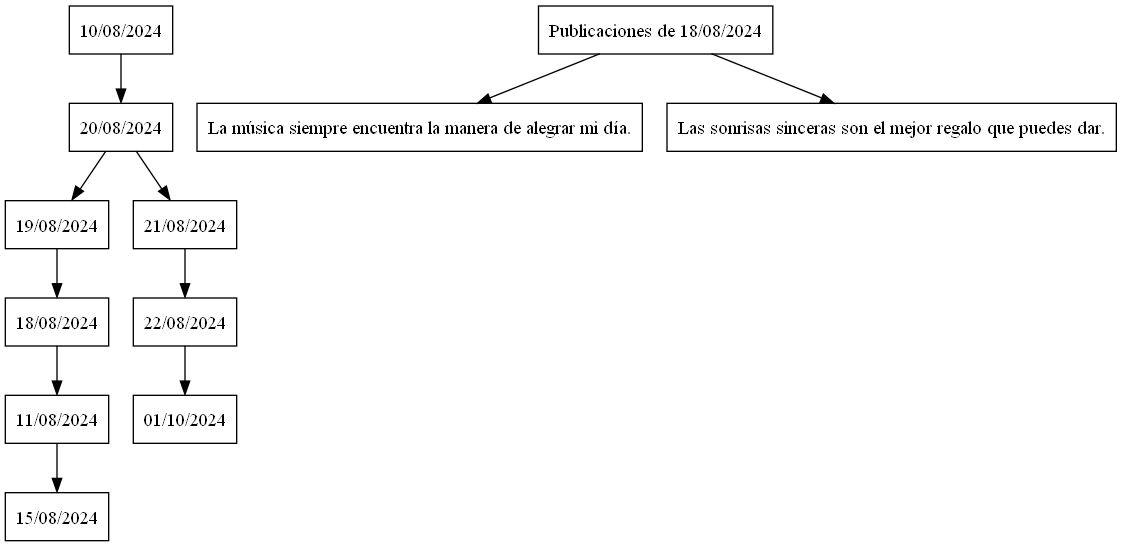
MReyes09/-EDD-Proyectos_202202233 keeps this Graphviz diagram as Proyecto_Fase2/report/abbDate.png. Above is the earlier version. Its source is kept beside it as Proyecto_Fase2/report/abbDate.dot.
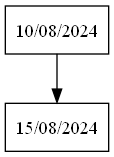
The same diagram one commit later.

What changed in the source:
```diff
@@ -2,25 +2,6 @@
 node [shape=record];
 rankdir=TB;
 node_20240810 [label="{10/08/2024}"];
-node_20240810 -> node_20240820;
-node_20240820 [label="{20/08/2024}"];
-node_20240820 -> node_20240819;
-node_20240820 -> node_20240821;
-node_20240819 [label="{19/08/2024}"];
-node_20240819 -> node_20240818;
-node_20240818 [label="{18/08/2024}"];
-node_20240818 -> node_20240811;
-node_20240811 [label="{11/08/2024}"];
-node_20240811 -> node_20240815;
+node_20240810 -> node_20240815;
 node_20240815 [label="{15/08/2024}"];
-node_20240821 [label="{21/08/2024}"];
-node_20240821 -> node_20240822;
-node_20240822 [label="{22/08/2024}"];
-node_20240822 -> node_20241001;
-node_20241001 [label="{01/10/2024}"];
-publications_20240818 [label="{Publicaciones de 18/08/2024}"];
-pub_0 [label="{La música siempre encuentra la manera de alegrar mi día.}"];
-publications_20240818 -> pub_0;
-pub_1 [label="{Las sonrisas sinceras son el mejor regalo que puedes dar.}"];
-publications_20240818 -> pub_1;
 }
```
